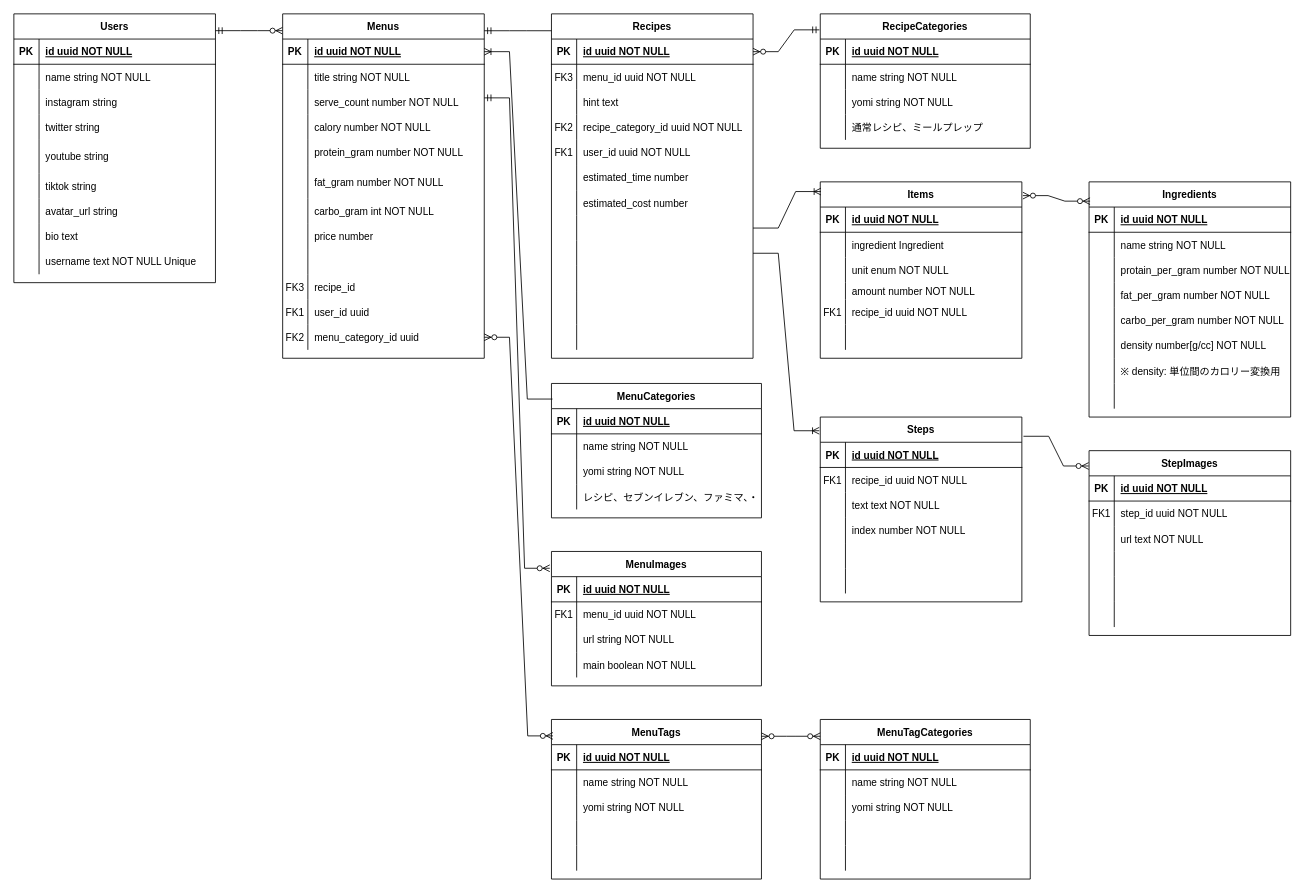
Above: 名称未設定ファイル.drawio in shuheitachikawa/db_design (draw.io), before the change. Source tidied: cells renumbered, new cells numbered last; positions are measured from the earlier drawing's top-left corner, leaving out a move shared by most shapes. Both pictures are drawn from the tidied source at 84%, with x=0, y=0 at pixel (13, 13).
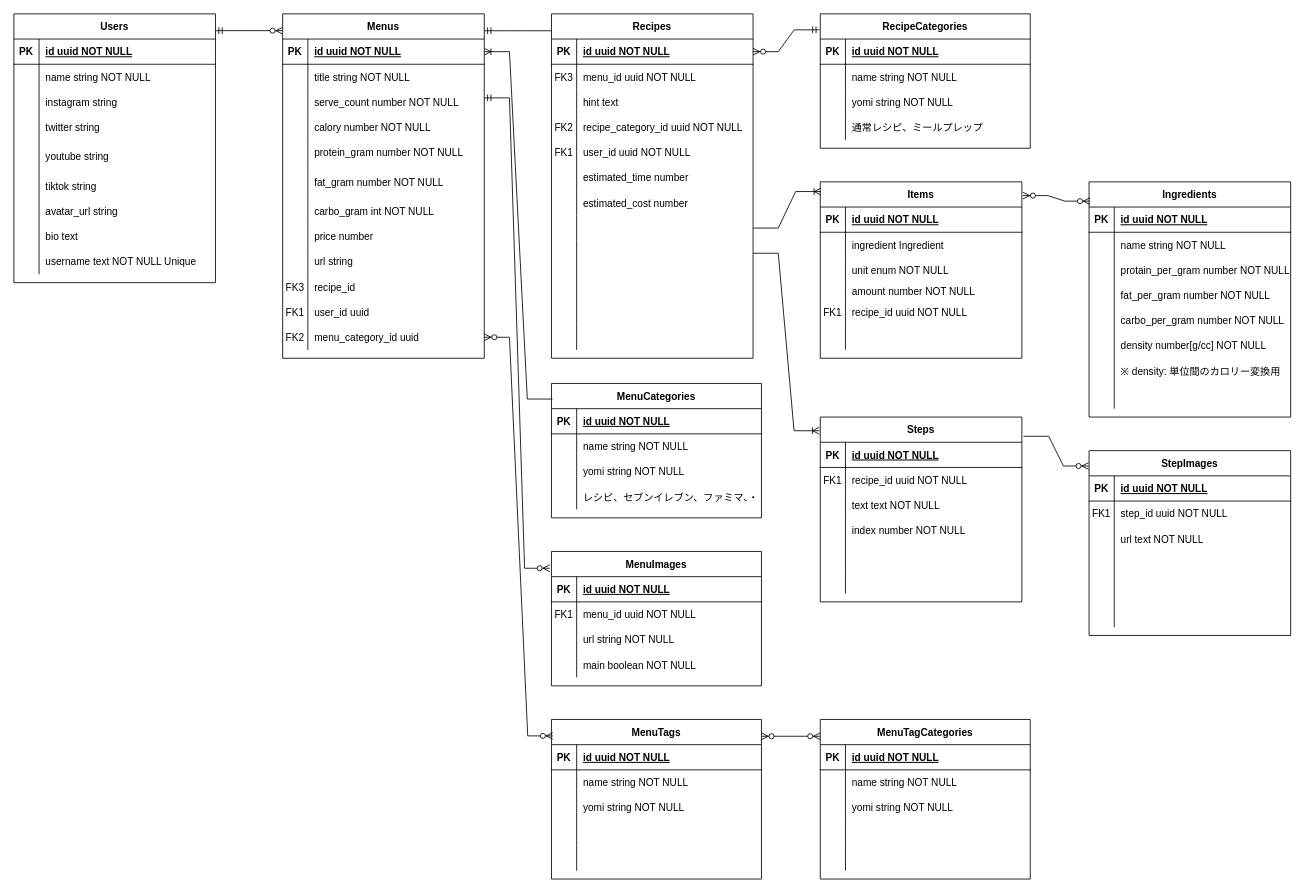
The same diagram, later.

Commit message:
名称未設定ファイル.drawio を更新します

Unchanged cells that the change refers to:
```xml
<mxCell id="241" style="shape=partialRectangle;fillColor=none;top=0;left=0;right=0;bottom=0;" parent="216" vertex="1">
  <mxGeometry y="280" width="240" height="30" as="geometry" />
</mxCell>
```

What changed in the source:
```diff
@@
-    <mxCell id="243" style="shape=partialRectangle;overflow=hidden;fillColor=none;top=0;left=0;bottom=0;right=0;align=left;spacingLeft=6;" parent="241" vertex="1">
+    <mxCell id="243" value="url string" style="shape=partialRectangle;overflow=hidden;fillColor=none;top=0;left=0;bottom=0;right=0;align=left;spacingLeft=6;" parent="241" vertex="1">
       <mxGeometry x="30" width="210" height="30" as="geometry" />
     </mxCell>
```
